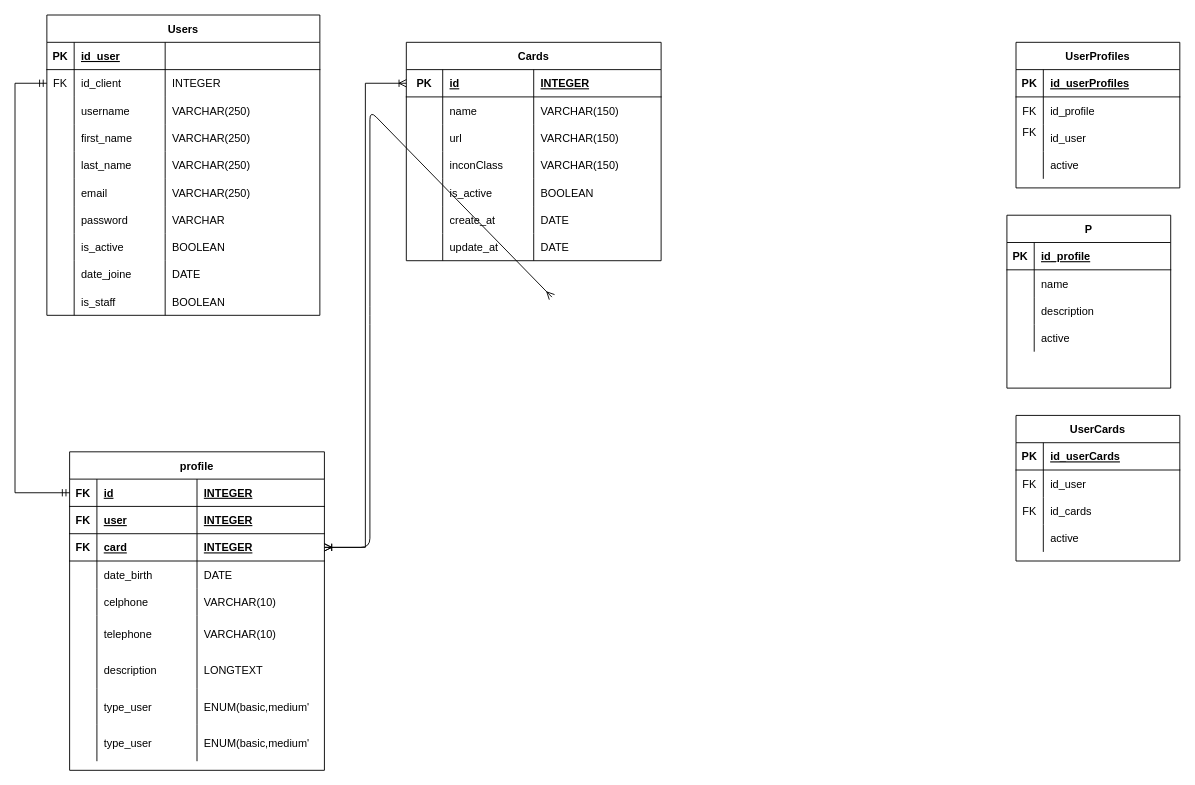
Above: DBGlasmart.drawio in Glasmart/DATABASE_MODEL (draw.io), before the change. Source tidied: cells renumbered, new cells numbered last; positions are measured from the earlier drawing's top-left corner, leaving out a move shared by most shapes. Both pictures are drawn from the tidied source at 91%, with x=0, y=0 at pixel (15, 15).
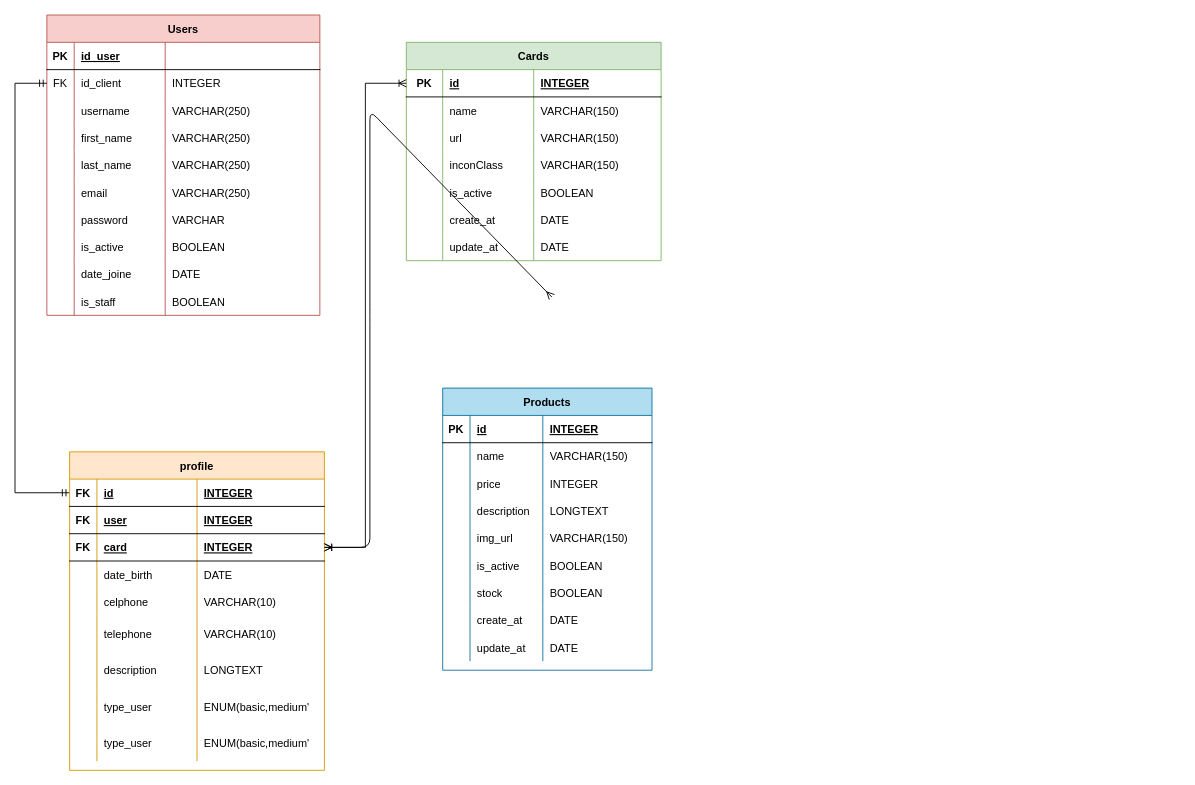
The same diagram, later.

Diff of the diagram source:
```diff
@@
-    <mxCell id="2" value="Users" style="shape=table;startSize=30;childLayout=tableLayout;rowLines=0;fontStyle=1;align=center;" parent="1" vertex="1">
+    <mxCell id="2" value="Users" style="shape=table;startSize=30;childLayout=tableLayout;rowLines=0;fontStyle=1;align=center;fillColor=#f8cecc;strokeColor=#b85450;" parent="1" vertex="1">
       <mxGeometry x="35" width="300" height="330" as="geometry" />
     </mxCell>
@@
-    <mxCell id="43" value="P" style="shape=table;startSize=30;childLayout=tableLayout;rowLines=0;fontStyle=1;align=center;" parent="1" vertex="1">
-      <mxGeometry x="1090" y="220" width="180" height="190" as="geometry" />
-    </mxCell>
-    <mxCell id="44" style="shape=partialRectangle;fillColor=none;top=0;left=0;bottom=1;right=0;" parent="43" vertex="1">
-      <mxGeometry y="30" width="180" height="30" as="geometry" />
-    </mxCell>
-    <mxCell id="45" value="PK" style="shape=partialRectangle;fillColor=none;top=0;left=0;bottom=0;right=0;fontStyle=1;overflow=hidden;" parent="44" vertex="1">
-      <mxGeometry width="30" height="30" as="geometry" />
-    </mxCell>
-    <mxCell id="46" value="id_profile" style="shape=partialRectangle;fillColor=none;top=0;left=0;bottom=0;right=0;align=left;spacingLeft=6;fontStyle=5;overflow=hidden;" parent="44" vertex="1">
-      <mxGeometry x="30" width="150" height="30" as="geometry" />
-    </mxCell>
-    <mxCell id="47" style="shape=partialRectangle;fillColor=none;top=0;left=0;bottom=0;right=0;" parent="43" vertex="1">
-      <mxGeometry y="60" width="180" height="30" as="geometry" />
-    </mxCell>
-    <mxCell id="48" style="shape=partialRectangle;fillColor=none;top=0;left=0;bottom=0;right=0;overflow=hidden;" parent="47" vertex="1">
-      <mxGeometry width="30" height="30" as="geometry" />
-    </mxCell>
-    <mxCell id="49" value="name" style="shape=partialRectangle;fillColor=none;top=0;left=0;bottom=0;right=0;align=left;spacingLeft=6;overflow=hidden;" parent="47" vertex="1">
-      <mxGeometry x="30" width="150" height="30" as="geometry" />
-    </mxCell>
-    <mxCell id="50" style="shape=partialRectangle;fillColor=none;top=0;left=0;bottom=0;right=0;" parent="43" vertex="1">
-      <mxGeometry y="90" width="180" height="30" as="geometry" />
-    </mxCell>
-    <mxCell id="51" style="shape=partialRectangle;fillColor=none;top=0;left=0;bottom=0;right=0;overflow=hidden;" parent="50" vertex="1">
-      <mxGeometry width="30" height="30" as="geometry" />
-    </mxCell>
-    <mxCell id="52" value="description" style="shape=partialRectangle;fillColor=none;top=0;left=0;bottom=0;right=0;align=left;spacingLeft=6;overflow=hidden;" parent="50" vertex="1">
-      <mxGeometry x="30" width="150" height="30" as="geometry" />
-    </mxCell>
-    <mxCell id="53" style="shape=partialRectangle;fillColor=none;top=0;left=0;bottom=0;right=0;" parent="43" vertex="1">
-      <mxGeometry y="120" width="180" height="30" as="geometry" />
-    </mxCell>
-    <mxCell id="54" style="shape=partialRectangle;fillColor=none;top=0;left=0;bottom=0;right=0;overflow=hidden;" parent="53" vertex="1">
-      <mxGeometry width="30" height="30" as="geometry" />
-    </mxCell>
-    <mxCell id="55" value="active" style="shape=partialRectangle;fillColor=none;top=0;left=0;bottom=0;right=0;align=left;spacingLeft=6;overflow=hidden;" parent="53" vertex="1">
-      <mxGeometry x="30" width="150" height="30" as="geometry" />
-    </mxCell>
@@
-    <mxCell id="57" value="UserProfiles" style="shape=table;startSize=30;childLayout=tableLayout;rowLines=0;fontStyle=1;align=center;" parent="1" vertex="1">
-      <mxGeometry x="1100" y="30" width="180" height="160" as="geometry" />
-    </mxCell>
-    <mxCell id="58" style="shape=partialRectangle;fillColor=none;top=0;left=0;bottom=1;right=0;" parent="57" vertex="1">
-      <mxGeometry y="30" width="180" height="30" as="geometry" />
-    </mxCell>
-    <mxCell id="59" value="PK" style="shape=partialRectangle;fillColor=none;top=0;left=0;bottom=0;right=0;fontStyle=1;overflow=hidden;" parent="58" vertex="1">
-      <mxGeometry width="30" height="30" as="geometry" />
-    </mxCell>
-    <mxCell id="60" value="id_userProfiles" style="shape=partialRectangle;fillColor=none;top=0;left=0;bottom=0;right=0;align=left;spacingLeft=6;fontStyle=5;overflow=hidden;" parent="58" vertex="1">
-      <mxGeometry x="30" width="150" height="30" as="geometry" />
-    </mxCell>
-    <mxCell id="61" style="shape=partialRectangle;fillColor=none;top=0;left=0;bottom=0;right=0;" parent="57" vertex="1">
-      <mxGeometry y="60" width="180" height="30" as="geometry" />
-    </mxCell>
-    <mxCell id="62" value="FK" style="shape=partialRectangle;fillColor=none;top=0;left=0;bottom=0;right=0;overflow=hidden;" parent="61" vertex="1">
-      <mxGeometry width="30" height="30" as="geometry" />
-    </mxCell>
-    <mxCell id="63" value="id_profile" style="shape=partialRectangle;fillColor=none;top=0;left=0;bottom=0;right=0;align=left;spacingLeft=6;overflow=hidden;" parent="61" vertex="1">
-      <mxGeometry x="30" width="150" height="30" as="geometry" />
-    </mxCell>
-    <mxCell id="64" style="shape=partialRectangle;fillColor=none;top=0;left=0;bottom=0;right=0;" parent="57" vertex="1">
-      <mxGeometry y="90" width="180" height="30" as="geometry" />
-    </mxCell>
-    <mxCell id="65" value="FK&#10;" style="shape=partialRectangle;fillColor=none;top=0;left=0;bottom=0;right=0;overflow=hidden;" parent="64" vertex="1">
-      <mxGeometry width="30" height="30" as="geometry" />
-    </mxCell>
-    <mxCell id="66" value="id_user" style="shape=partialRectangle;fillColor=none;top=0;left=0;bottom=0;right=0;align=left;spacingLeft=6;overflow=hidden;" parent="64" vertex="1">
-      <mxGeometry x="30" width="150" height="30" as="geometry" />
-    </mxCell>
-    <mxCell id="67" style="shape=partialRectangle;fillColor=none;top=0;left=0;bottom=0;right=0;" parent="57" vertex="1">
-      <mxGeometry y="120" width="180" height="30" as="geometry" />
-    </mxCell>
-    <mxCell id="68" style="shape=partialRectangle;fillColor=none;top=0;left=0;bottom=0;right=0;overflow=hidden;" parent="67" vertex="1">
-      <mxGeometry width="30" height="30" as="geometry" />
-    </mxCell>
-    <mxCell id="69" value="active" style="shape=partialRectangle;fillColor=none;top=0;left=0;bottom=0;right=0;align=left;spacingLeft=6;overflow=hidden;" parent="67" vertex="1">
-      <mxGeometry x="30" width="150" height="30" as="geometry" />
-    </mxCell>
-    <mxCell id="70" value="profile" style="shape=table;startSize=30;childLayout=tableLayout;rowLines=0;fontStyle=1;align=center;" parent="1" vertex="1">
+    <mxCell id="70" value="profile" style="shape=table;startSize=30;childLayout=tableLayout;rowLines=0;fontStyle=1;align=center;fillColor=#ffe6cc;strokeColor=#d79b00;" parent="1" vertex="1">
       <mxGeometry x="60" y="480" width="280" height="350" as="geometry" />
     </mxCell>
@@
-    <mxCell id="107" value="Cards" style="shape=table;startSize=30;childLayout=tableLayout;rowLines=0;fontStyle=1;align=center;" parent="1" vertex="1">
+    <mxCell id="107" value="Cards" style="shape=table;startSize=30;childLayout=tableLayout;rowLines=0;fontStyle=1;align=center;fillColor=#d5e8d4;strokeColor=#82b366;" parent="1" vertex="1">
       <mxGeometry x="430" y="30" width="280" height="240" as="geometry" />
     </mxCell>
@@
-    <mxCell id="136" value="UserCards" style="shape=table;startSize=30;childLayout=tableLayout;rowLines=0;fontStyle=1;align=center;" parent="1" vertex="1">
-      <mxGeometry x="1100" y="440" width="180" height="160" as="geometry" />
-    </mxCell>
-    <mxCell id="137" style="shape=partialRectangle;fillColor=none;top=0;left=0;bottom=1;right=0;" parent="136" vertex="1">
-      <mxGeometry y="30" width="180" height="30" as="geometry" />
-    </mxCell>
-    <mxCell id="138" value="PK" style="shape=partialRectangle;fillColor=none;top=0;left=0;bottom=0;right=0;fontStyle=1;overflow=hidden;" parent="137" vertex="1">
-      <mxGeometry width="30" height="30" as="geometry" />
-    </mxCell>
-    <mxCell id="139" value="id_userCards" style="shape=partialRectangle;fillColor=none;top=0;left=0;bottom=0;right=0;align=left;spacingLeft=6;fontStyle=5;overflow=hidden;" parent="137" vertex="1">
-      <mxGeometry x="30" width="150" height="30" as="geometry" />
-    </mxCell>
-    <mxCell id="140" style="shape=partialRectangle;fillColor=none;top=0;left=0;bottom=0;right=0;" parent="136" vertex="1">
-      <mxGeometry y="60" width="180" height="30" as="geometry" />
-    </mxCell>
-    <mxCell id="141" value="FK" style="shape=partialRectangle;fillColor=none;top=0;left=0;bottom=0;right=0;overflow=hidden;" parent="140" vertex="1">
-      <mxGeometry width="30" height="30" as="geometry" />
-    </mxCell>
-    <mxCell id="142" value="id_user" style="shape=partialRectangle;fillColor=none;top=0;left=0;bottom=0;right=0;align=left;spacingLeft=6;overflow=hidden;" parent="140" vertex="1">
-      <mxGeometry x="30" width="150" height="30" as="geometry" />
-    </mxCell>
-    <mxCell id="143" style="shape=partialRectangle;fillColor=none;top=0;left=0;bottom=0;right=0;" parent="136" vertex="1">
-      <mxGeometry y="90" width="180" height="30" as="geometry" />
-    </mxCell>
-    <mxCell id="144" value="FK" style="shape=partialRectangle;fillColor=none;top=0;left=0;bottom=0;right=0;overflow=hidden;" parent="143" vertex="1">
-      <mxGeometry width="30" height="30" as="geometry" />
-    </mxCell>
-    <mxCell id="145" value="id_cards" style="shape=partialRectangle;fillColor=none;top=0;left=0;bottom=0;right=0;align=left;spacingLeft=6;overflow=hidden;" parent="143" vertex="1">
-      <mxGeometry x="30" width="150" height="30" as="geometry" />
-    </mxCell>
-    <mxCell id="146" style="shape=partialRectangle;fillColor=none;top=0;left=0;bottom=0;right=0;" parent="136" vertex="1">
-      <mxGeometry y="120" width="180" height="30" as="geometry" />
-    </mxCell>
-    <mxCell id="147" style="shape=partialRectangle;fillColor=none;top=0;left=0;bottom=0;right=0;overflow=hidden;" parent="146" vertex="1">
-      <mxGeometry width="30" height="30" as="geometry" />
-    </mxCell>
-    <mxCell id="148" value="active" style="shape=partialRectangle;fillColor=none;top=0;left=0;bottom=0;right=0;align=left;spacingLeft=6;overflow=hidden;" parent="146" vertex="1">
-      <mxGeometry x="30" width="150" height="30" as="geometry" />
-    </mxCell>
@@
+    <mxCell id="153" value="Products" style="shape=table;startSize=30;childLayout=tableLayout;rowLines=0;fontStyle=1;align=center;fillColor=#b1ddf0;strokeColor=#10739e;" parent="1" vertex="1">
+      <mxGeometry x="470" y="410" width="230" height="310" as="geometry" />
+    </mxCell>
+    <mxCell id="154" style="shape=partialRectangle;fillColor=none;top=0;left=0;bottom=1;right=0;" parent="153" vertex="1">
+      <mxGeometry y="30" width="230" height="30" as="geometry" />
+    </mxCell>
+    <mxCell id="155" value="PK" style="shape=partialRectangle;fillColor=none;top=0;left=0;bottom=0;right=0;fontStyle=1;overflow=hidden;" parent="154" vertex="1">
+      <mxGeometry width="30" height="30" as="geometry" />
+    </mxCell>
+    <mxCell id="156" value="id" style="shape=partialRectangle;fillColor=none;top=0;left=0;bottom=0;right=0;align=left;spacingLeft=6;fontStyle=5;overflow=hidden;" parent="154" vertex="1">
+      <mxGeometry x="30" width="80" height="30" as="geometry" />
+    </mxCell>
+    <mxCell id="157" value="INTEGER" style="shape=partialRectangle;fillColor=none;top=0;left=0;bottom=0;right=0;align=left;spacingLeft=6;fontStyle=5;overflow=hidden;" parent="154" vertex="1">
+      <mxGeometry x="110" width="120" height="30" as="geometry" />
+    </mxCell>
+    <mxCell id="158" style="shape=partialRectangle;fillColor=none;top=0;left=0;bottom=0;right=0;" parent="153" vertex="1">
+      <mxGeometry y="60" width="230" height="30" as="geometry" />
+    </mxCell>
+    <mxCell id="159" style="shape=partialRectangle;fillColor=none;top=0;left=0;bottom=0;right=0;overflow=hidden;" parent="158" vertex="1">
+      <mxGeometry width="30" height="30" as="geometry" />
+    </mxCell>
+    <mxCell id="49" value="name" style="shape=partialRectangle;fillColor=none;top=0;left=0;bottom=0;right=0;align=left;spacingLeft=6;overflow=hidden;" parent="158" vertex="1">
+      <mxGeometry x="30" width="80" height="30" as="geometry" />
+    </mxCell>
+    <mxCell id="160" value="VARCHAR(150)" style="shape=partialRectangle;fillColor=none;top=0;left=0;bottom=0;right=0;align=left;spacingLeft=6;overflow=hidden;" parent="158" vertex="1">
+      <mxGeometry x="110" width="120" height="30" as="geometry" />
+    </mxCell>
+    <mxCell id="161" style="shape=partialRectangle;fillColor=none;top=0;left=0;bottom=0;right=0;" parent="153" vertex="1">
+      <mxGeometry y="90" width="230" height="30" as="geometry" />
+    </mxCell>
+    <mxCell id="162" style="shape=partialRectangle;fillColor=none;top=0;left=0;bottom=0;right=0;overflow=hidden;" parent="161" vertex="1">
+      <mxGeometry width="30" height="30" as="geometry" />
+    </mxCell>
+    <mxCell id="163" value="price" style="shape=partialRectangle;fillColor=none;top=0;left=0;bottom=0;right=0;align=left;spacingLeft=6;overflow=hidden;" parent="161" vertex="1">
+      <mxGeometry x="30" width="80" height="30" as="geometry" />
+    </mxCell>
+    <mxCell id="164" value="INTEGER" style="shape=partialRectangle;fillColor=none;top=0;left=0;bottom=0;right=0;align=left;spacingLeft=6;overflow=hidden;" parent="161" vertex="1">
+      <mxGeometry x="110" width="120" height="30" as="geometry" />
+    </mxCell>
+    <mxCell id="165" style="shape=partialRectangle;fillColor=none;top=0;left=0;bottom=0;right=0;" parent="153" vertex="1">
+      <mxGeometry y="120" width="230" height="30" as="geometry" />
+    </mxCell>
+    <mxCell id="166" style="shape=partialRectangle;fillColor=none;top=0;left=0;bottom=0;right=0;overflow=hidden;" parent="165" vertex="1">
+      <mxGeometry width="30" height="30" as="geometry" />
+    </mxCell>
+    <mxCell id="52" value="description" style="shape=partialRectangle;fillColor=none;top=0;left=0;bottom=0;right=0;align=left;spacingLeft=6;overflow=hidden;" parent="165" vertex="1">
+      <mxGeometry x="30" width="80" height="30" as="geometry" />
+    </mxCell>
+    <mxCell id="167" value="LONGTEXT" style="shape=partialRectangle;fillColor=none;top=0;left=0;bottom=0;right=0;align=left;spacingLeft=6;overflow=hidden;" parent="165" vertex="1">
+      <mxGeometry x="110" width="120" height="30" as="geometry" />
+    </mxCell>
+    <mxCell id="168" style="shape=partialRectangle;fillColor=none;top=0;left=0;bottom=0;right=0;" parent="153" vertex="1">
+      <mxGeometry y="150" width="230" height="30" as="geometry" />
+    </mxCell>
+    <mxCell id="169" style="shape=partialRectangle;fillColor=none;top=0;left=0;bottom=0;right=0;overflow=hidden;" parent="168" vertex="1">
+      <mxGeometry width="30" height="30" as="geometry" />
+    </mxCell>
+    <mxCell id="170" value="img_url" style="shape=partialRectangle;fillColor=none;top=0;left=0;bottom=0;right=0;align=left;spacingLeft=6;overflow=hidden;" parent="168" vertex="1">
+      <mxGeometry x="30" width="80" height="30" as="geometry" />
+    </mxCell>
+    <mxCell id="171" value="VARCHAR(150)" style="shape=partialRectangle;fillColor=none;top=0;left=0;bottom=0;right=0;align=left;spacingLeft=6;overflow=hidden;" parent="168" vertex="1">
+      <mxGeometry x="110" width="120" height="30" as="geometry" />
+    </mxCell>
+    <mxCell id="172" style="shape=partialRectangle;fillColor=none;top=0;left=0;bottom=0;right=0;" parent="153" vertex="1">
+      <mxGeometry y="180" width="230" height="30" as="geometry" />
+    </mxCell>
+    <mxCell id="173" style="shape=partialRectangle;fillColor=none;top=0;left=0;bottom=0;right=0;overflow=hidden;" parent="172" vertex="1">
+      <mxGeometry width="30" height="30" as="geometry" />
+    </mxCell>
+    <mxCell id="174" value="is_active" style="shape=partialRectangle;fillColor=none;top=0;left=0;bottom=0;right=0;align=left;spacingLeft=6;overflow=hidden;" parent="172" vertex="1">
+      <mxGeometry x="30" width="80" height="30" as="geometry" />
+    </mxCell>
+    <mxCell id="175" value="BOOLEAN" style="shape=partialRectangle;fillColor=none;top=0;left=0;bottom=0;right=0;align=left;spacingLeft=6;overflow=hidden;" parent="172" vertex="1">
+      <mxGeometry x="110" width="120" height="30" as="geometry" />
+    </mxCell>
+    <mxCell id="176" style="shape=partialRectangle;fillColor=none;top=0;left=0;bottom=0;right=0;" parent="153" vertex="1">
+      <mxGeometry y="210" width="230" height="30" as="geometry" />
+    </mxCell>
+    <mxCell id="177" style="shape=partialRectangle;fillColor=none;top=0;left=0;bottom=0;right=0;overflow=hidden;" parent="176" vertex="1">
+      <mxGeometry width="30" height="30" as="geometry" />
+    </mxCell>
+    <mxCell id="178" value="stock" style="shape=partialRectangle;fillColor=none;top=0;left=0;bottom=0;right=0;align=left;spacingLeft=6;overflow=hidden;" parent="176" vertex="1">
+      <mxGeometry x="30" width="80" height="30" as="geometry" />
+    </mxCell>
+    <mxCell id="179" value="BOOLEAN" style="shape=partialRectangle;fillColor=none;top=0;left=0;bottom=0;right=0;align=left;spacingLeft=6;overflow=hidden;" parent="176" vertex="1">
+      <mxGeometry x="110" width="120" height="30" as="geometry" />
+    </mxCell>
+    <mxCell id="180" style="shape=partialRectangle;fillColor=none;top=0;left=0;bottom=0;right=0;" parent="153" vertex="1">
+      <mxGeometry y="240" width="230" height="30" as="geometry" />
+    </mxCell>
+    <mxCell id="181" style="shape=partialRectangle;fillColor=none;top=0;left=0;bottom=0;right=0;overflow=hidden;" parent="180" vertex="1">
+      <mxGeometry width="30" height="30" as="geometry" />
+    </mxCell>
+    <mxCell id="182" value="create_at" style="shape=partialRectangle;fillColor=none;top=0;left=0;bottom=0;right=0;align=left;spacingLeft=6;overflow=hidden;" parent="180" vertex="1">
+      <mxGeometry x="30" width="80" height="30" as="geometry" />
+    </mxCell>
+    <mxCell id="183" value="DATE" style="shape=partialRectangle;fillColor=none;top=0;left=0;bottom=0;right=0;align=left;spacingLeft=6;overflow=hidden;" parent="180" vertex="1">
+      <mxGeometry x="110" width="120" height="30" as="geometry" />
+    </mxCell>
+    <mxCell id="184" style="shape=partialRectangle;fillColor=none;top=0;left=0;bottom=0;right=0;" parent="153" vertex="1">
+      <mxGeometry y="270" width="230" height="30" as="geometry" />
+    </mxCell>
+    <mxCell id="185" style="shape=partialRectangle;fillColor=none;top=0;left=0;bottom=0;right=0;overflow=hidden;" parent="184" vertex="1">
+      <mxGeometry width="30" height="30" as="geometry" />
+    </mxCell>
+    <mxCell id="186" value="update_at" style="shape=partialRectangle;fillColor=none;top=0;left=0;bottom=0;right=0;align=left;spacingLeft=6;overflow=hidden;" parent="184" vertex="1">
+      <mxGeometry x="30" width="80" height="30" as="geometry" />
+    </mxCell>
+    <mxCell id="187" value="DATE" style="shape=partialRectangle;fillColor=none;top=0;left=0;bottom=0;right=0;align=left;spacingLeft=6;overflow=hidden;" parent="184" vertex="1">
+      <mxGeometry x="110" width="120" height="30" as="geometry" />
+    </mxCell>
```
